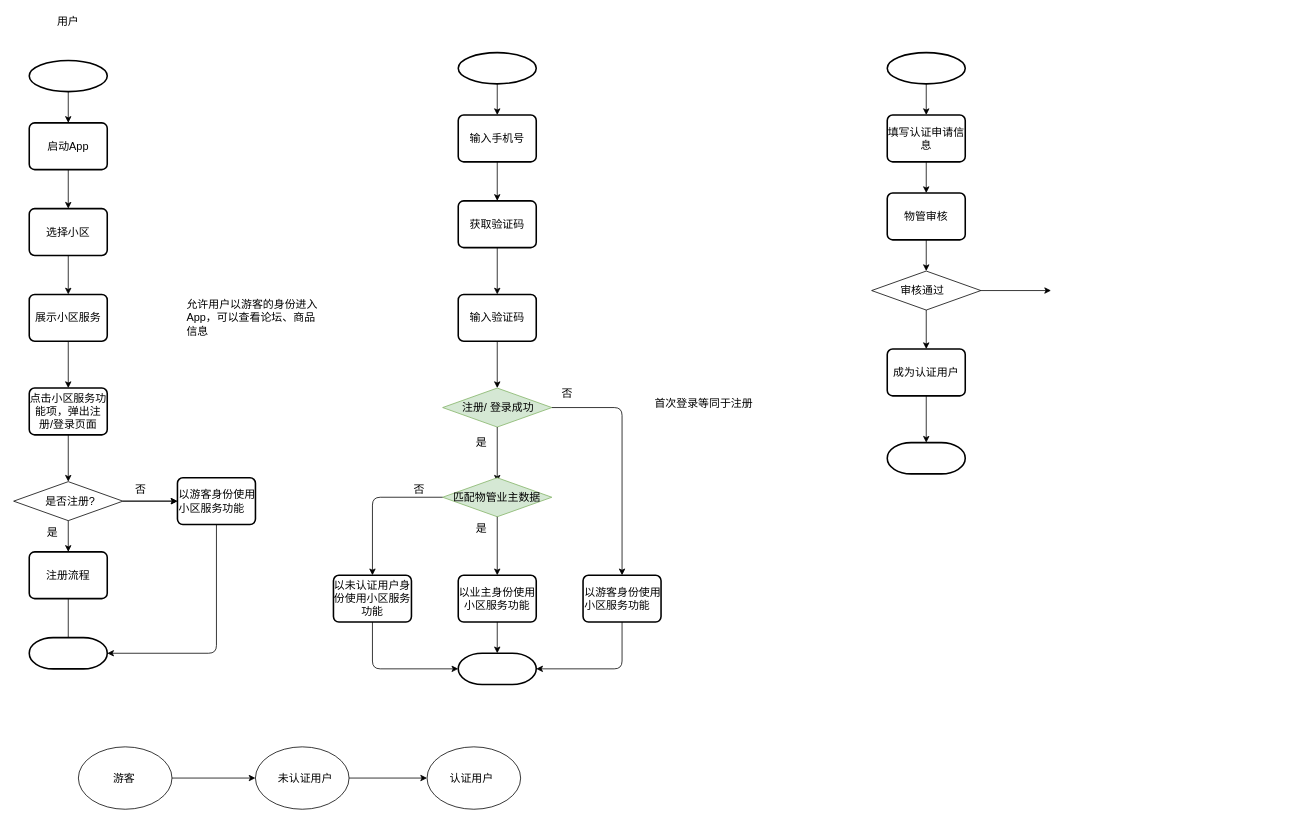
Above: page "Page-4" (4 of 5) of Untitled Diagram.drawio in jeffmacn/myjava (draw.io), before the change. Source tidied: cells renumbered, new cells numbered last; positions are measured from the earlier drawing's top-left corner, leaving out a move shared by most shapes. Both pictures are drawn from the tidied source at 78%, with x=0, y=0 at pixel (13, 13).
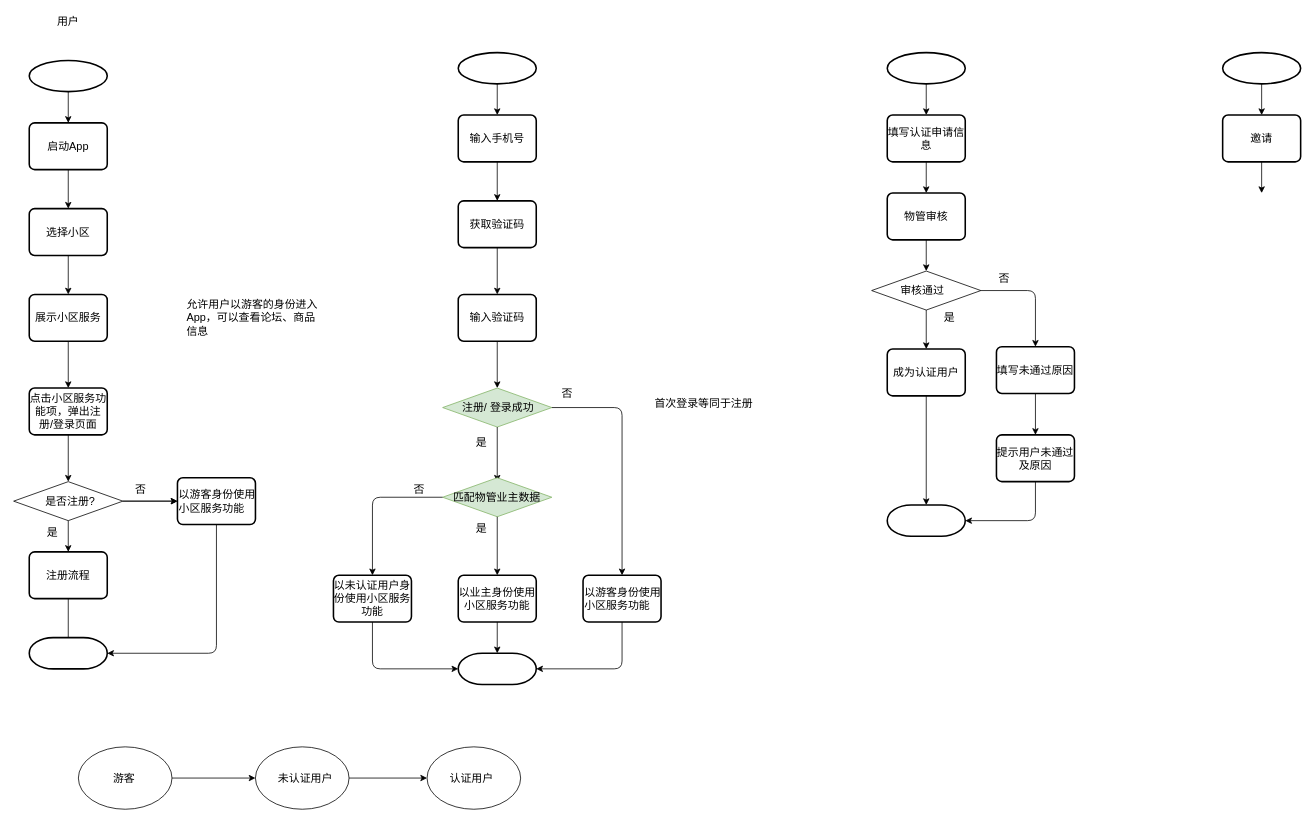
Above is the later version.

Unchanged cells that the change refers to:
```xml
<mxCell id="61" value="&amp;nbsp; &amp;nbsp; &amp;nbsp; &amp;nbsp; &amp;nbsp;审核通过" style="rhombus;whiteSpace=wrap;html=1;fontSize=14;align=left;" parent="1" vertex="1">
  <mxGeometry x="1100" y="330" width="140" height="50" as="geometry" />
</mxCell>
```

What changed in the source:
```diff
@@
     <mxCell id="65" style="strokeWidth=2;html=1;shape=mxgraph.flowchart.terminator;whiteSpace=wrap;fontSize=14;align=left;" parent="1" vertex="1">
-      <mxGeometry x="1120" y="550" width="100" height="40" as="geometry" />
+      <mxGeometry x="1120" y="630" width="100" height="40" as="geometry" />
     </mxCell>
@@
-    <mxCell id="67" style="endArrow=classic;html=1;fontSize=14;exitX=1;exitY=0.5;exitDx=0;exitDy=0;" parent="1" edge="1" source="61">
+    <mxCell id="67" style="endArrow=classic;html=1;fontSize=14;exitX=1;exitY=0.5;exitDx=0;exitDy=0;entryX=0.5;entryY=0;entryDx=0;entryDy=0;" parent="1" edge="1" source="61" target="68">
       <mxGeometry relative="1" as="geometry">
-        <mxPoint x="1330" y="355" as="targetPoint" />
+        <Array as="points">
+          <mxPoint x="1310" y="355" />
+        </Array>
       </mxGeometry>
     </mxCell>
+    <mxCell id="68" value="填写未通过原因" style="rounded=1;whiteSpace=wrap;html=1;absoluteArcSize=1;arcSize=14;strokeWidth=2;fontSize=14;" parent="1" vertex="1">
+      <mxGeometry x="1260" y="427" width="100" height="60" as="geometry" />
+    </mxCell>
+    <mxCell id="69" value="是" style="text;html=1;strokeColor=none;fillColor=none;align=center;verticalAlign=middle;whiteSpace=wrap;rounded=0;fontSize=14;" parent="1" vertex="1">
+      <mxGeometry x="1180" y="380" width="40" height="20" as="geometry" />
+    </mxCell>
+    <mxCell id="70" value="否" style="text;html=1;strokeColor=none;fillColor=none;align=center;verticalAlign=middle;whiteSpace=wrap;rounded=0;fontSize=14;" parent="1" vertex="1">
+      <mxGeometry x="1250" y="330" width="40" height="20" as="geometry" />
+    </mxCell>
+    <mxCell id="71" value="提示用户未通过及原因" style="rounded=1;whiteSpace=wrap;html=1;absoluteArcSize=1;arcSize=14;strokeWidth=2;fontSize=14;" parent="1" vertex="1">
+      <mxGeometry x="1260" y="540" width="100" height="60" as="geometry" />
+    </mxCell>
+    <mxCell id="72" style="endArrow=classic;html=1;fontSize=14;entryX=1;entryY=0.5;entryDx=0;entryDy=0;entryPerimeter=0;exitX=0.5;exitY=1;exitDx=0;exitDy=0;" parent="1" edge="1" source="71" target="65">
+      <mxGeometry relative="1" as="geometry">
+        <Array as="points">
+          <mxPoint x="1310" y="650" />
+        </Array>
+      </mxGeometry>
+    </mxCell>
+    <mxCell id="73" style="endArrow=classic;html=1;fontSize=14;entryX=0.5;entryY=0;entryDx=0;entryDy=0;exitX=0.5;exitY=1;exitDx=0;exitDy=0;" parent="1" edge="1" source="68" target="71">
+      <mxGeometry relative="1" as="geometry" />
+    </mxCell>
+    <mxCell id="74" style="strokeWidth=2;html=1;shape=mxgraph.flowchart.start_1;whiteSpace=wrap;" parent="1" vertex="1">
+      <mxGeometry x="1550" y="50" width="100" height="40" as="geometry" />
+    </mxCell>
+    <mxCell id="75" style="endArrow=classic;html=1;" parent="1" edge="1" source="74">
+      <mxGeometry relative="1" as="geometry">
+        <mxPoint x="1600" y="130" as="targetPoint" />
+      </mxGeometry>
+    </mxCell>
+    <mxCell id="76" value="邀请" style="rounded=1;whiteSpace=wrap;html=1;absoluteArcSize=1;arcSize=14;strokeWidth=2;fontSize=14;" parent="1" vertex="1">
+      <mxGeometry x="1550" y="130" width="100" height="60" as="geometry" />
+    </mxCell>
+    <mxCell id="77" style="endArrow=classic;html=1;fontSize=14;exitX=0.5;exitY=1;exitDx=0;exitDy=0;" parent="1" edge="1" source="76">
+      <mxGeometry relative="1" as="geometry">
+        <mxPoint x="1600" y="230" as="targetPoint" />
+      </mxGeometry>
+    </mxCell>
```
